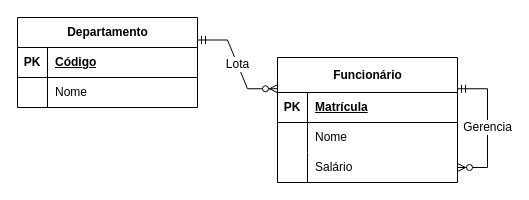
Earlier version of the draw.io diagram Diagrama sem nome.drawio (NateInterloper/mdc053). Source tidied: cells renumbered, new cells numbered last; positions are measured from the earlier drawing's top-left corner, leaving out a move shared by most shapes. Both pictures are drawn from the tidied source at 100%, with x=0, y=0 at pixel (17, 17).
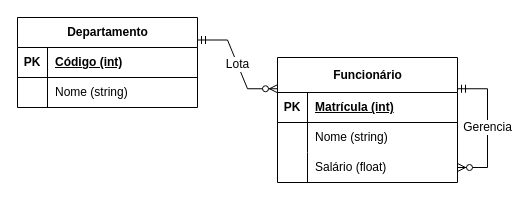
After the change.

The change refers to these unchanged cells:
```xml
<mxCell id="3" style="shape=tableRow;horizontal=0;startSize=0;swimlaneHead=0;swimlaneBody=0;fillColor=none;top=0;left=0;right=0;bottom=1;" parent="2" vertex="1">
  <mxGeometry y="30" width="180" height="30" as="geometry" />
</mxCell>
<mxCell id="6" style="shape=tableRow;horizontal=0;startSize=0;swimlaneHead=0;swimlaneBody=0;fillColor=none;top=0;left=0;right=0;bottom=0;" parent="2" vertex="1">
  <mxGeometry y="60" width="180" height="30" as="geometry" />
</mxCell>
<mxCell id="10" style="shape=tableRow;horizontal=0;startSize=0;swimlaneHead=0;swimlaneBody=0;fillColor=none;top=0;left=0;right=0;bottom=1;" parent="9" vertex="1">
  <mxGeometry y="35" width="180" height="30" as="geometry" />
</mxCell>
<mxCell id="13" style="shape=tableRow;horizontal=0;startSize=0;swimlaneHead=0;swimlaneBody=0;fillColor=none;top=0;left=0;right=0;bottom=0;" parent="9" vertex="1">
  <mxGeometry y="65" width="180" height="30" as="geometry" />
</mxCell>
<mxCell id="16" style="shape=tableRow;horizontal=0;startSize=0;swimlaneHead=0;swimlaneBody=0;fillColor=none;points=[[0,0.5],[1,0.5]];portConstraint=eastwest;top=0;left=0;right=0;bottom=0;" parent="9" vertex="1">
  <mxGeometry y="95" width="180" height="30" as="geometry" />
</mxCell>
```

The edit, as a diff of the source:
```diff
@@
-    <mxCell id="5" value="Código" style="shape=partialRectangle;fillColor=none;top=0;left=0;bottom=0;right=0;align=left;spacingLeft=6;fontStyle=5;overflow=hidden;whiteSpace=wrap;html=1;" parent="3" vertex="1">
+    <mxCell id="5" value="Código (int)" style="shape=partialRectangle;fillColor=none;top=0;left=0;bottom=0;right=0;align=left;spacingLeft=6;fontStyle=5;overflow=hidden;whiteSpace=wrap;html=1;" parent="3" vertex="1">
       <mxGeometry x="30" width="150" height="30" as="geometry" />
     </mxCell>
@@
-    <mxCell id="8" value="Nome" style="shape=partialRectangle;fillColor=none;top=0;left=0;bottom=0;right=0;align=left;spacingLeft=6;overflow=hidden;whiteSpace=wrap;html=1;" parent="6" vertex="1">
+    <mxCell id="8" value="Nome (string)" style="shape=partialRectangle;fillColor=none;top=0;left=0;bottom=0;right=0;align=left;spacingLeft=6;overflow=hidden;whiteSpace=wrap;html=1;" parent="6" vertex="1">
       <mxGeometry x="30" width="150" height="30" as="geometry" />
     </mxCell>
@@
-    <mxCell id="12" value="Matrícula" style="shape=partialRectangle;fillColor=none;top=0;left=0;bottom=0;right=0;align=left;spacingLeft=6;fontStyle=5;overflow=hidden;whiteSpace=wrap;html=1;" parent="10" vertex="1">
+    <mxCell id="12" value="Matrícula (int)" style="shape=partialRectangle;fillColor=none;top=0;left=0;bottom=0;right=0;align=left;spacingLeft=6;fontStyle=5;overflow=hidden;whiteSpace=wrap;html=1;" parent="10" vertex="1">
       <mxGeometry x="30" width="150" height="30" as="geometry" />
     </mxCell>
@@
-    <mxCell id="15" value="Nome" style="shape=partialRectangle;fillColor=none;top=0;left=0;bottom=0;right=0;align=left;spacingLeft=6;overflow=hidden;whiteSpace=wrap;html=1;" parent="13" vertex="1">
+    <mxCell id="15" value="Nome (string)" style="shape=partialRectangle;fillColor=none;top=0;left=0;bottom=0;right=0;align=left;spacingLeft=6;overflow=hidden;whiteSpace=wrap;html=1;" parent="13" vertex="1">
       <mxGeometry x="30" width="150" height="30" as="geometry" />
     </mxCell>
@@
-    <mxCell id="18" value="Salário" style="shape=partialRectangle;fillColor=none;top=0;left=0;bottom=0;right=0;align=left;spacingLeft=6;overflow=hidden;whiteSpace=wrap;html=1;" parent="16" vertex="1">
+    <mxCell id="18" value="Salário (float)" style="shape=partialRectangle;fillColor=none;top=0;left=0;bottom=0;right=0;align=left;spacingLeft=6;overflow=hidden;whiteSpace=wrap;html=1;" parent="16" vertex="1">
       <mxGeometry x="30" width="150" height="30" as="geometry" />
     </mxCell>
```
